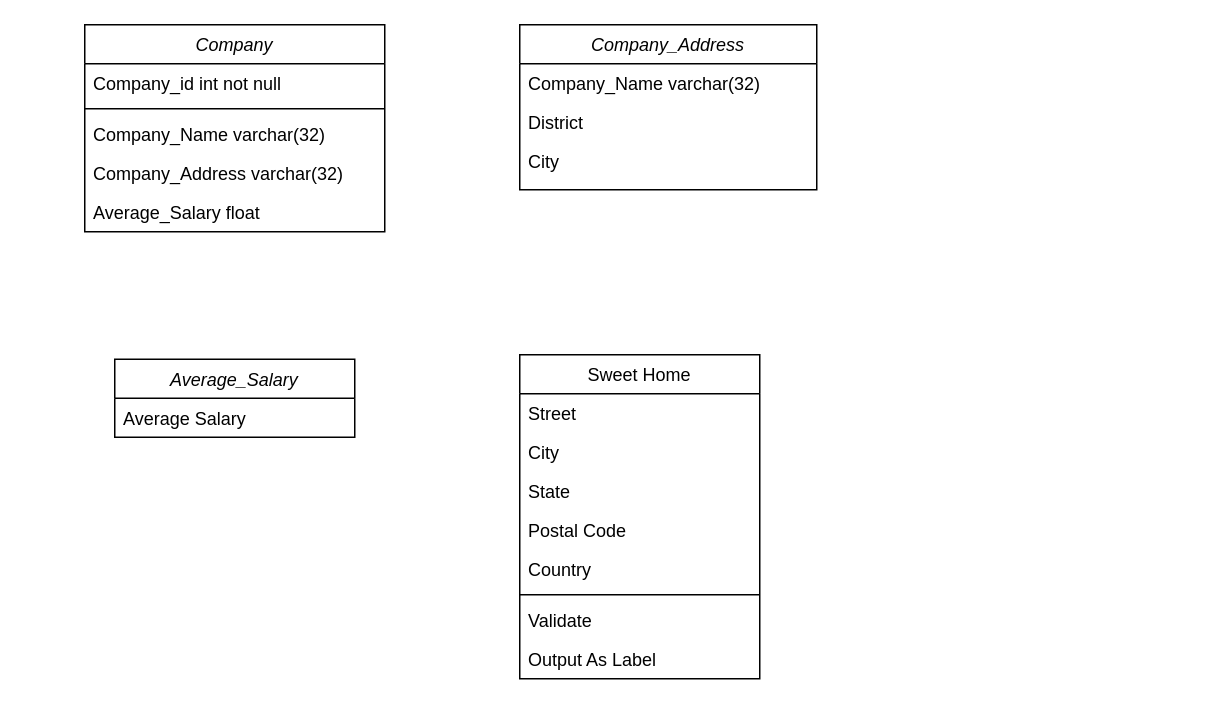
Earlier version of the draw.io diagram Home Sweet Home.drawio (Jubin-Kang/eda_team_project_hsh). Source tidied: cells renumbered, new cells numbered last; positions are measured from the earlier drawing's top-left corner, leaving out a move shared by most shapes. Both pictures are drawn from the tidied source at 150%, with x=0, y=0 at pixel (84, 24).
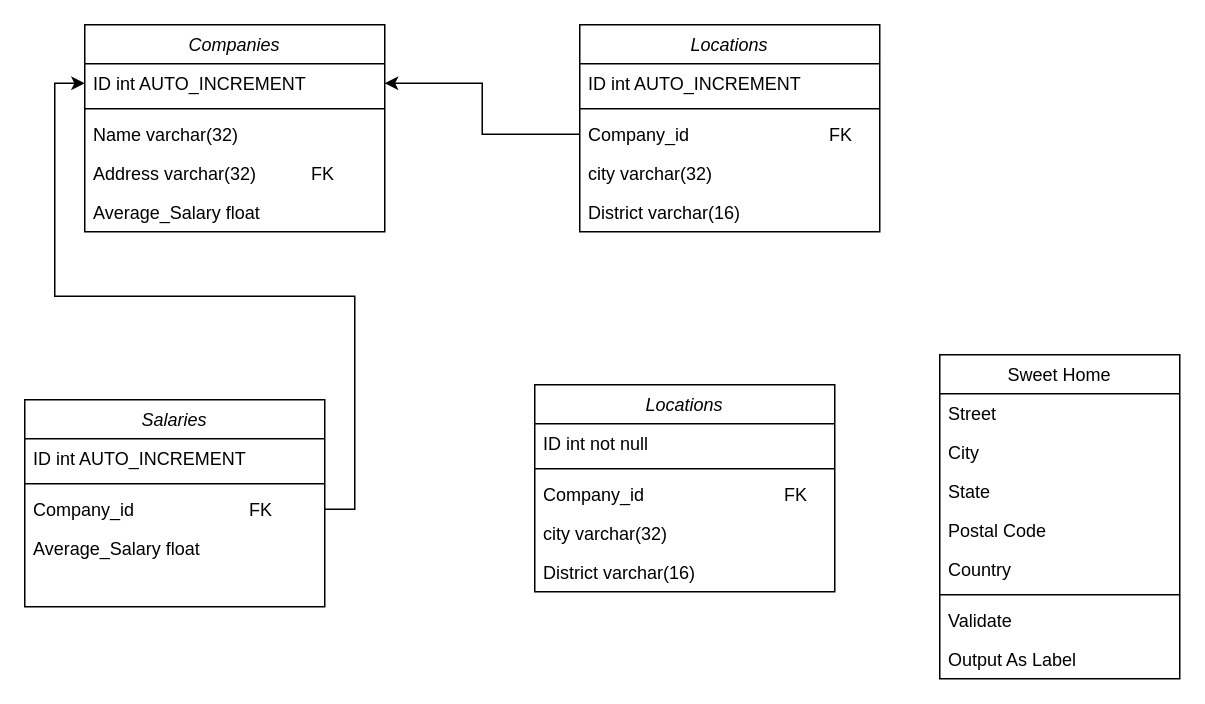
Above is the later version.

What changed in the source:
```diff
@@
-    <mxCell id="2" value="Company" style="swimlane;fontStyle=2;align=center;verticalAlign=top;horizontal=1;startSize=26;rounded=0;shadow=0;strokeWidth=1;flipH=0;" parent="1" vertex="1">
+    <mxCell id="2" value="Companies" style="swimlane;fontStyle=2;align=center;verticalAlign=top;horizontal=1;startSize=26;rounded=0;shadow=0;strokeWidth=1;flipH=0;" parent="1" vertex="1">
       <mxGeometry width="200" height="138" as="geometry" />
     </mxCell>
-    <mxCell id="3" value="Company_id int not null" style="text;align=left;verticalAlign=top;spacingLeft=4;spacingRight=4;overflow=hidden;points=[[0,0.5],[1,0.5]];portConstraint=eastwest;" parent="2" vertex="1">
+    <mxCell id="3" value="ID int AUTO_INCREMENT" style="text;align=left;verticalAlign=top;spacingLeft=4;spacingRight=4;overflow=hidden;points=[[0,0.5],[1,0.5]];portConstraint=eastwest;" parent="2" vertex="1">
       <mxGeometry y="26" width="200" height="26" as="geometry" />
     </mxCell>
@@
-    <mxCell id="5" value="Company_Name varchar(32)" style="text;align=left;verticalAlign=top;spacingLeft=4;spacingRight=4;overflow=hidden;rounded=0;shadow=0;html=0;flipH=0;" parent="2" vertex="1">
+    <mxCell id="5" value="Name varchar(32)" style="text;align=left;verticalAlign=top;spacingLeft=4;spacingRight=4;overflow=hidden;rounded=0;shadow=0;html=0;flipH=0;" parent="2" vertex="1">
       <mxGeometry y="60" width="200" height="26" as="geometry" />
     </mxCell>
-    <mxCell id="6" value="Company_Address varchar(32)" style="text;align=left;verticalAlign=top;spacingLeft=4;spacingRight=4;overflow=hidden;rounded=0;shadow=0;html=0;" parent="2" vertex="1">
+    <mxCell id="6" value="Address varchar(32)           FK" style="text;align=left;verticalAlign=top;spacingLeft=4;spacingRight=4;overflow=hidden;rounded=0;shadow=0;html=0;" parent="2" vertex="1">
       <mxGeometry y="86" width="200" height="26" as="geometry" />
     </mxCell>
@@
-    <mxCell id="8" value="Average_Salary" style="swimlane;fontStyle=2;align=center;verticalAlign=top;horizontal=1;startSize=26;rounded=0;shadow=0;strokeWidth=1;" parent="1" vertex="1">
-      <mxGeometry x="20" y="223" width="160" height="52" as="geometry" />
-    </mxCell>
-    <mxCell id="9" value="Average Salary" style="text;align=left;verticalAlign=top;spacingLeft=4;spacingRight=4;overflow=hidden;" parent="8" vertex="1">
-      <mxGeometry y="26" width="160" height="26" as="geometry" />
-    </mxCell>
-    <mxCell id="10" value="Company_Address" style="swimlane;fontStyle=2;align=center;verticalAlign=top;horizontal=1;startSize=26;rounded=0;shadow=0;strokeWidth=1;" parent="1" vertex="1">
-      <mxGeometry x="290" width="198" height="110" as="geometry" />
-    </mxCell>
-    <mxCell id="11" value="Company_Name varchar(32)" style="text;align=left;verticalAlign=top;spacingLeft=4;spacingRight=4;overflow=hidden;rounded=0;shadow=0;html=0;" parent="10" vertex="1">
-      <mxGeometry y="26" width="198" height="26" as="geometry" />
-    </mxCell>
-    <mxCell id="12" value="District" style="text;align=left;verticalAlign=top;spacingLeft=4;spacingRight=4;overflow=hidden;rounded=0;shadow=0;html=0;" parent="10" vertex="1">
-      <mxGeometry y="52" width="198" height="26" as="geometry" />
-    </mxCell>
-    <mxCell id="13" value="City" style="text;align=left;verticalAlign=top;spacingLeft=4;spacingRight=4;overflow=hidden;rounded=0;shadow=0;html=0;" parent="10" vertex="1">
-      <mxGeometry y="78" width="198" height="26" as="geometry" />
-    </mxCell>
     <mxCell id="14" value="Sweet Home" style="swimlane;fontStyle=0;align=center;verticalAlign=top;horizontal=1;startSize=26;rounded=0;shadow=0;strokeWidth=1;" parent="1" vertex="1">
-      <mxGeometry x="290" y="220" width="160" height="216" as="geometry" />
+      <mxGeometry x="570" y="220" width="160" height="216" as="geometry" />
     </mxCell>
@@
+    <mxCell id="23" value="Locations" style="swimlane;fontStyle=2;align=center;verticalAlign=top;horizontal=1;startSize=26;rounded=0;shadow=0;strokeWidth=1;flipH=0;" parent="1" vertex="1">
+      <mxGeometry x="330" width="200" height="138" as="geometry" />
+    </mxCell>
+    <mxCell id="24" value="ID int AUTO_INCREMENT" style="text;align=left;verticalAlign=top;spacingLeft=4;spacingRight=4;overflow=hidden;" parent="23" vertex="1">
+      <mxGeometry y="26" width="200" height="26" as="geometry" />
+    </mxCell>
+    <mxCell id="25" style="line;html=1;strokeWidth=1;align=left;verticalAlign=middle;spacingTop=-1;spacingLeft=3;spacingRight=3;labelPosition=right;" parent="23" vertex="1">
+      <mxGeometry y="52" width="200" height="8" as="geometry" />
+    </mxCell>
+    <mxCell id="26" value="Company_id                            FK" style="text;align=left;verticalAlign=top;spacingLeft=4;spacingRight=4;overflow=hidden;points=[[0,0.5],[1,0.5]];portConstraint=eastwest;rounded=0;shadow=0;html=0;flipH=0;" parent="23" vertex="1">
+      <mxGeometry y="60" width="200" height="26" as="geometry" />
+    </mxCell>
+    <mxCell id="27" value="city varchar(32)                      " style="text;align=left;verticalAlign=top;spacingLeft=4;spacingRight=4;overflow=hidden;rounded=0;shadow=0;html=0;" parent="23" vertex="1">
+      <mxGeometry y="86" width="200" height="26" as="geometry" />
+    </mxCell>
+    <mxCell id="28" value="District varchar(16)" style="text;align=left;verticalAlign=top;spacingLeft=4;spacingRight=4;overflow=hidden;" parent="23" vertex="1">
+      <mxGeometry y="112" width="200" height="26" as="geometry" />
+    </mxCell>
+    <mxCell id="29" value="Salaries" style="swimlane;fontStyle=2;align=center;verticalAlign=top;horizontal=1;startSize=26;rounded=0;shadow=0;strokeWidth=1;flipH=0;" parent="1" vertex="1">
+      <mxGeometry x="-40" y="250" width="200" height="138" as="geometry" />
+    </mxCell>
+    <mxCell id="30" value="ID int AUTO_INCREMENT" style="text;align=left;verticalAlign=top;spacingLeft=4;spacingRight=4;overflow=hidden;" parent="29" vertex="1">
+      <mxGeometry y="26" width="200" height="26" as="geometry" />
+    </mxCell>
+    <mxCell id="31" style="line;html=1;strokeWidth=1;align=left;verticalAlign=middle;spacingTop=-1;spacingLeft=3;spacingRight=3;labelPosition=right;" parent="29" vertex="1">
+      <mxGeometry y="52" width="200" height="8" as="geometry" />
+    </mxCell>
+    <mxCell id="32" value="Company_id                       FK" style="text;align=left;verticalAlign=top;spacingLeft=4;spacingRight=4;overflow=hidden;points=[[0,0.5],[1,0.5]];portConstraint=eastwest;rounded=0;shadow=0;html=0;flipH=0;" parent="29" vertex="1">
+      <mxGeometry y="60" width="200" height="26" as="geometry" />
+    </mxCell>
+    <mxCell id="33" value="Average_Salary float" style="text;align=left;verticalAlign=top;spacingLeft=4;spacingRight=4;overflow=hidden;" parent="29" vertex="1">
+      <mxGeometry y="86" width="200" height="26" as="geometry" />
+    </mxCell>
+    <mxCell id="34" style="edgeStyle=orthogonalEdgeStyle;rounded=0;jettySize=auto;html=1;entryX=0;entryY=0.5;entryDx=0;entryDy=0;" parent="1" edge="1" source="32" target="3">
+      <mxGeometry relative="1" as="geometry" />
+    </mxCell>
+    <mxCell id="35" style="edgeStyle=orthogonalEdgeStyle;rounded=0;jettySize=auto;html=1;entryX=1;entryY=0.5;entryDx=0;entryDy=0;" parent="1" edge="1" source="26" target="3">
+      <mxGeometry relative="1" as="geometry" />
+    </mxCell>
+    <mxCell id="36" value="Locations" style="swimlane;fontStyle=2;align=center;verticalAlign=top;horizontal=1;startSize=26;rounded=0;shadow=0;strokeWidth=1;flipH=0;" parent="1" vertex="1">
+      <mxGeometry x="300" y="240" width="200" height="138" as="geometry" />
+    </mxCell>
+    <mxCell id="37" value="ID int not null" style="text;align=left;verticalAlign=top;spacingLeft=4;spacingRight=4;overflow=hidden;" parent="36" vertex="1">
+      <mxGeometry y="26" width="200" height="26" as="geometry" />
+    </mxCell>
+    <mxCell id="38" style="line;html=1;strokeWidth=1;align=left;verticalAlign=middle;spacingTop=-1;spacingLeft=3;spacingRight=3;labelPosition=right;" parent="36" vertex="1">
+      <mxGeometry y="52" width="200" height="8" as="geometry" />
+    </mxCell>
+    <mxCell id="39" value="Company_id                            FK" style="text;align=left;verticalAlign=top;spacingLeft=4;spacingRight=4;overflow=hidden;rounded=0;shadow=0;html=0;flipH=0;" parent="36" vertex="1">
+      <mxGeometry y="60" width="200" height="26" as="geometry" />
+    </mxCell>
+    <mxCell id="40" value="city varchar(32)                      " style="text;align=left;verticalAlign=top;spacingLeft=4;spacingRight=4;overflow=hidden;rounded=0;shadow=0;html=0;" parent="36" vertex="1">
+      <mxGeometry y="86" width="200" height="26" as="geometry" />
+    </mxCell>
+    <mxCell id="41" value="District varchar(16)" style="text;align=left;verticalAlign=top;spacingLeft=4;spacingRight=4;overflow=hidden;" parent="36" vertex="1">
+      <mxGeometry y="112" width="200" height="26" as="geometry" />
+    </mxCell>
```
